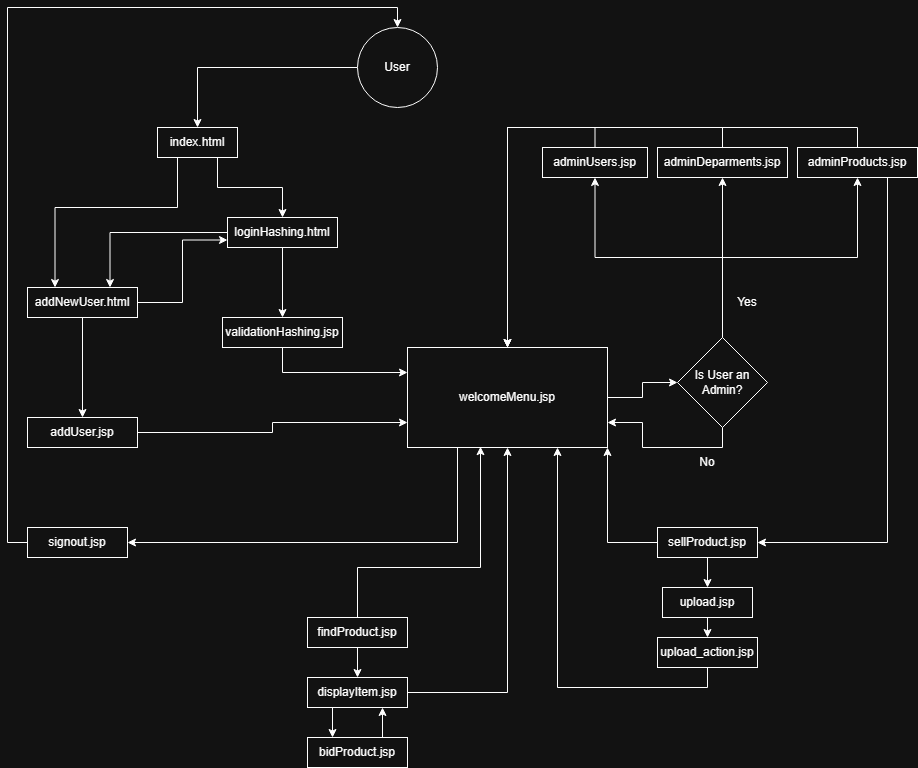
Above: Documentation/flowChart.png in Edariel22/MiniEbay (draw.io), before the change. Source tidied: cells renumbered, new cells last; positions are measured from the earlier drawing's top-left corner, leaving out a move shared by most shapes.
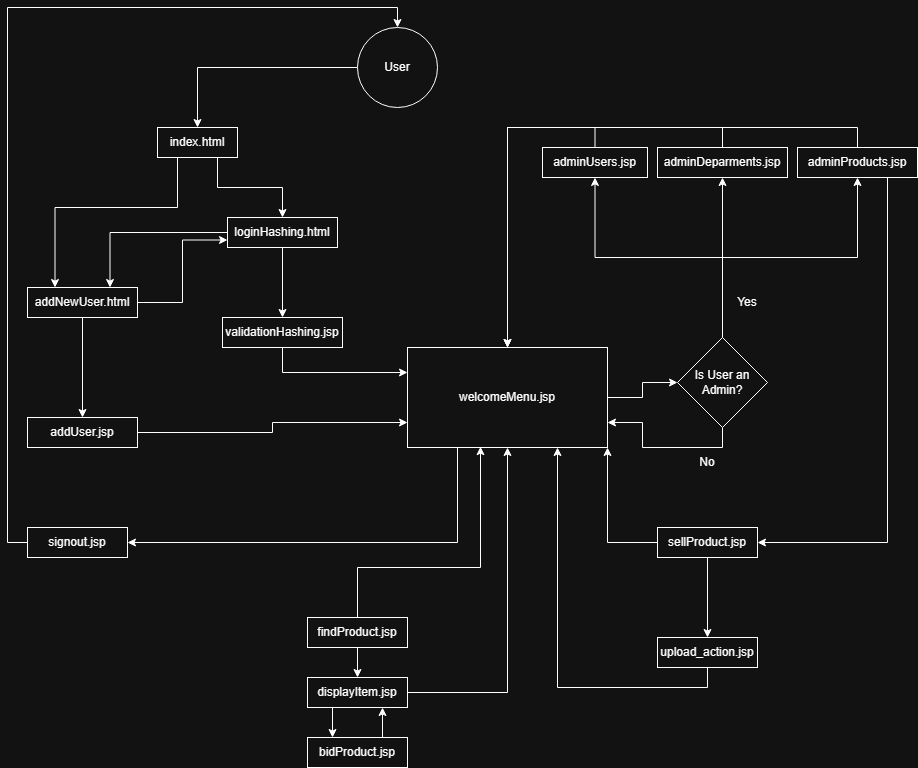
After the change.

Change to the diagram source:
```diff
@@ -88,11 +88,11 @@
     <mxCell id="28" value="Yes" style="text;html=1;whiteSpace=wrap;strokeColor=none;fillColor=none;align=center;verticalAlign=middle;rounded=0;" parent="1" vertex="1">
       <mxGeometry x="690" y="260" width="60" height="30" as="geometry" />
     </mxCell>
-    <mxCell id="29" style="edgeStyle=orthogonalEdgeStyle;rounded=0;jettySize=auto;html=1;exitX=0.5;exitY=0;exitDx=0;exitDy=0;" parent="1" edge="1" source="31">
-      <mxGeometry relative="1" as="geometry">
-        <mxPoint x="480" y="320" as="targetPoint" />
-      </mxGeometry>
-    </mxCell>
+    <mxCell id="51" style="edgeStyle=orthogonalEdgeStyle;rounded=0;jettySize=auto;html=1;exitX=0.5;exitY=0;exitDx=0;exitDy=0;" parent="1" edge="1" source="31">
+      <mxGeometry relative="1" as="geometry">
+        <mxPoint x="480" y="320" as="targetPoint" />
+      </mxGeometry>
+    </mxCell>
     <mxCell id="30" style="edgeStyle=orthogonalEdgeStyle;rounded=0;jettySize=auto;html=1;exitX=0.75;exitY=1;exitDx=0;exitDy=0;entryX=1;entryY=0.5;entryDx=0;entryDy=0;" parent="1" edge="1" source="31" target="38">
       <mxGeometry relative="1" as="geometry" />
     </mxCell>
@@ -111,21 +111,15 @@
     <mxCell id="35" value="adminUsers.jsp" style="rounded=0;whiteSpace=wrap;html=1;" parent="1" vertex="1">
       <mxGeometry x="515" y="120" width="105" height="30" as="geometry" />
     </mxCell>
-    <mxCell id="36" style="edgeStyle=orthogonalEdgeStyle;rounded=0;jettySize=auto;html=1;exitX=0.5;exitY=1;exitDx=0;exitDy=0;entryX=0.5;entryY=0;entryDx=0;entryDy=0;" parent="1" edge="1" source="38" target="40">
-      <mxGeometry relative="1" as="geometry" />
-    </mxCell>
+    <mxCell id="52" style="edgeStyle=orthogonalEdgeStyle;rounded=0;jettySize=auto;html=1;exitX=0.5;exitY=1;exitDx=0;exitDy=0;entryX=0.5;entryY=0;entryDx=0;entryDy=0;" parent="1" edge="1" source="38" target="42">
+      <mxGeometry relative="1" as="geometry" />
+    </mxCell>
     <mxCell id="37" style="edgeStyle=orthogonalEdgeStyle;rounded=0;jettySize=auto;html=1;exitX=0;exitY=0.5;exitDx=0;exitDy=0;entryX=1;entryY=1;entryDx=0;entryDy=0;" parent="1" edge="1" source="38" target="18">
       <mxGeometry relative="1" as="geometry" />
     </mxCell>
     <mxCell id="38" value="sellProduct.jsp" style="rounded=0;whiteSpace=wrap;html=1;" parent="1" vertex="1">
       <mxGeometry x="630" y="500" width="100" height="30" as="geometry" />
     </mxCell>
-    <mxCell id="39" style="edgeStyle=orthogonalEdgeStyle;rounded=0;jettySize=auto;html=1;exitX=0.5;exitY=1;exitDx=0;exitDy=0;entryX=0.5;entryY=0;entryDx=0;entryDy=0;" parent="1" edge="1" source="40" target="42">
-      <mxGeometry relative="1" as="geometry" />
-    </mxCell>
-    <mxCell id="40" value="upload.jsp" style="rounded=0;whiteSpace=wrap;html=1;" parent="1" vertex="1">
-      <mxGeometry x="635" y="560" width="90" height="30" as="geometry" />
-    </mxCell>
     <mxCell id="41" style="edgeStyle=orthogonalEdgeStyle;rounded=0;jettySize=auto;html=1;exitX=0.5;exitY=1;exitDx=0;exitDy=0;entryX=0.75;entryY=1;entryDx=0;entryDy=0;" parent="1" edge="1" source="42" target="18">
       <mxGeometry relative="1" as="geometry" />
     </mxCell>
```
